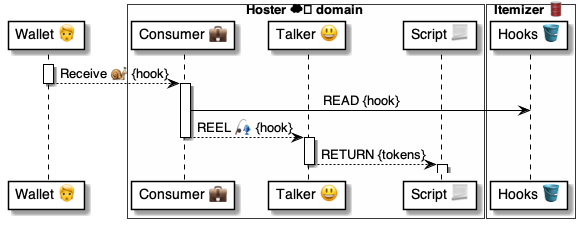
This is 4 ⚙️ Solution/41 🎭 Domain Roles/Consumers 💼/💼🅰️ Consumer methods/Receive 🧑‍🦰🐌💼/💼 Receive ⚙️ uml.png from pollyweb-org/pollyweb-docs, a PlantUML export, as it was before one commit. Its source is kept beside it as 4 ⚙️ Solution/41 🎭 Domain Roles/Consumers 💼/💼🅰️ Consumer methods/Receive 🧑‍🦰🐌💼/💼 Receive ⚙️ uml.puml.
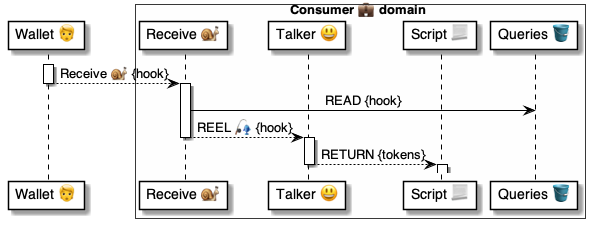
Above is the later version.

The edit, as a diff of the source:
```diff
@@ -1,15 +1,11 @@
 @startuml Receive@Consumer
 
 participant "Wallet 🧑" as wallet
-
-box Hoster ☁️ domain #FFFFFA
-    participant "Consumer 💼" as consumer
+box Consumer 💼 domain #FFFFFA
+    participant "Receive 🐌" as consumer
     participant "Talker 😃" as talker
     participant "Script 📃" as script
-end box
-
-box Itemizer 🛢 #FFFFFA
-    participant "Hooks 🪣" as hooks
+    participant "Queries 🪣" as hooks
 end box
 
 
```
